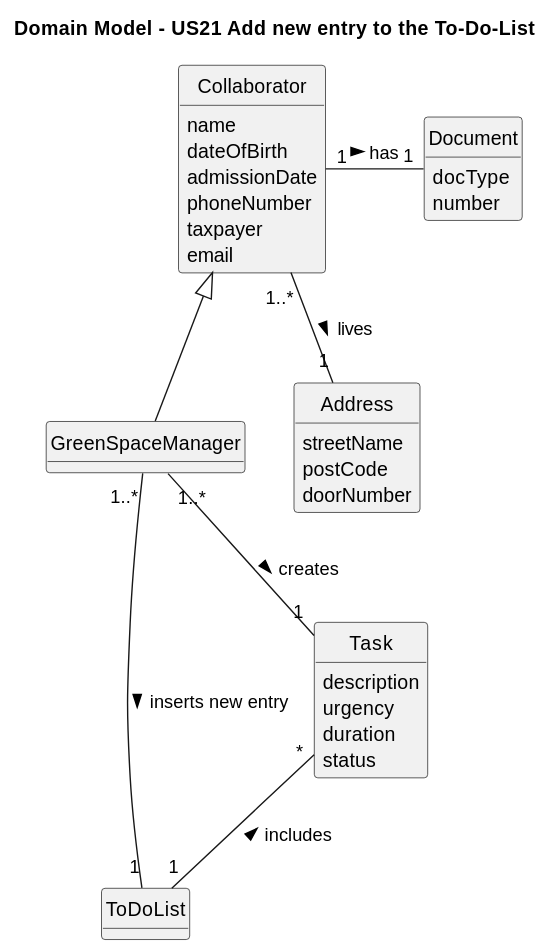
This is docs/sprint3/us21/02.analysis/svg/us21-domain-model.svg from Departamento-de-Engenharia-Informatica/lei-24-s2-1db-g022, a PlantUML export, as it was before one commit.
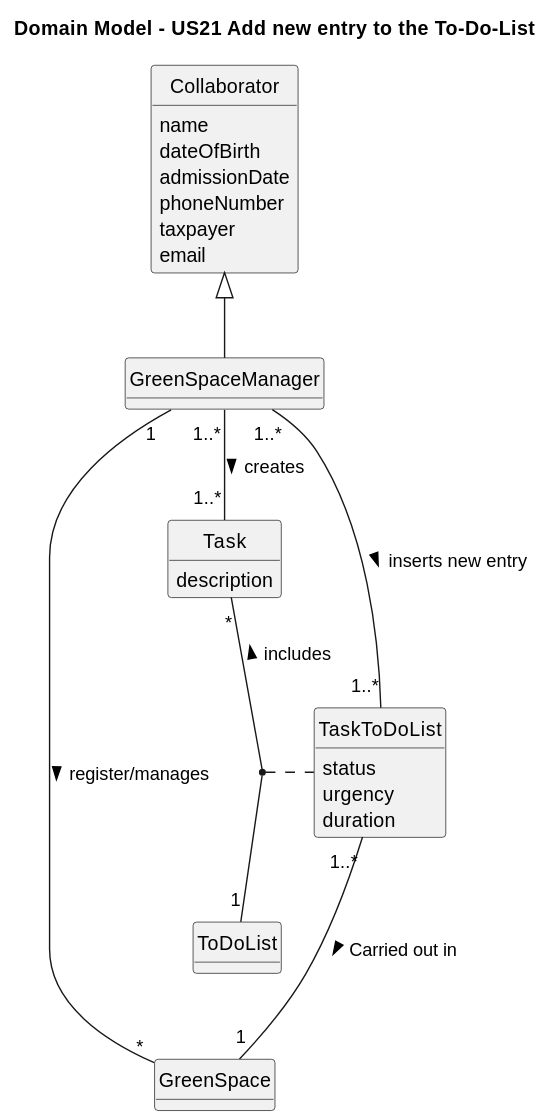
After the change.

The edit, as a diff of the source:
```diff
@@ -17,17 +17,6 @@
     email
 }
 
-class Document{
-    docType
-    number
-}
-
-class Address {
-    streetName
-    postCode
-    doorNumber
-}
-
 class GreenSpaceManager {
 }
 
@@ -36,17 +25,21 @@
 
 class Task {
     description
+}
+
+class TaskToDoList{
+    status
     urgency
     duration
-    status
 }
 
-Collaborator "1" - "1" Document : has >
-Collaborator "1..*" -- "1" Address : lives >
 Collaborator  <|--  GreenSpaceManager
 
-GreenSpaceManager "1..*" -- "1" Task : creates >
-GreenSpaceManager "1..*" - "1" ToDoList : inserts new entry >
+GreenSpaceManager "1..*" -- "1..*" Task : creates >
+GreenSpaceManager "1..*" - "1..*" TaskToDoList : inserts new entry >
+GreenSpaceManager "1" - "*" GreenSpace : register/manages >
 
 Task "*" -- "1" ToDoList : includes <
+(Task,ToDoList) .. TaskToDoList
+TaskToDoList "1..*" --- "1" GreenSpace :  Carried out in  >
 @enduml
```
